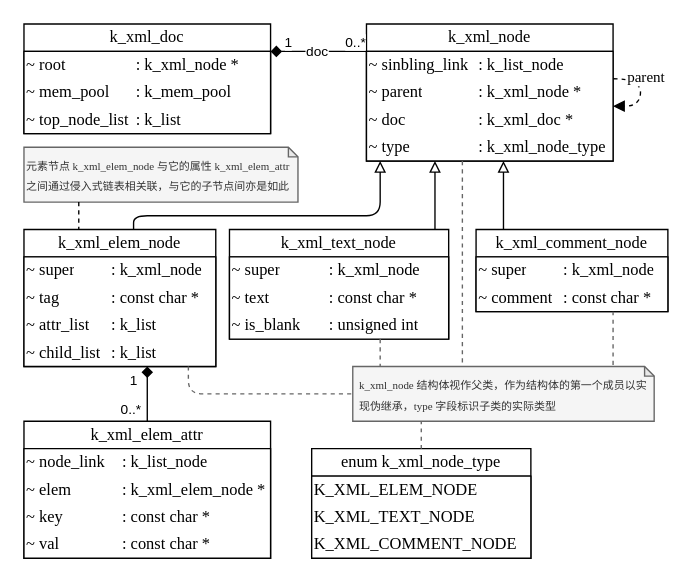
Earlier version of the draw.io diagram page "k_xml" (8 of 10) of docs/drawio/k_utils.drawio (szdxdxdx/k_game). Source tidied: cells renumbered, new cells numbered last; positions are measured from the earlier drawing's top-left corner, leaving out a move shared by most shapes. Both pictures are drawn from the tidied source at 137%, with x=0, y=0 at pixel (23, 23).
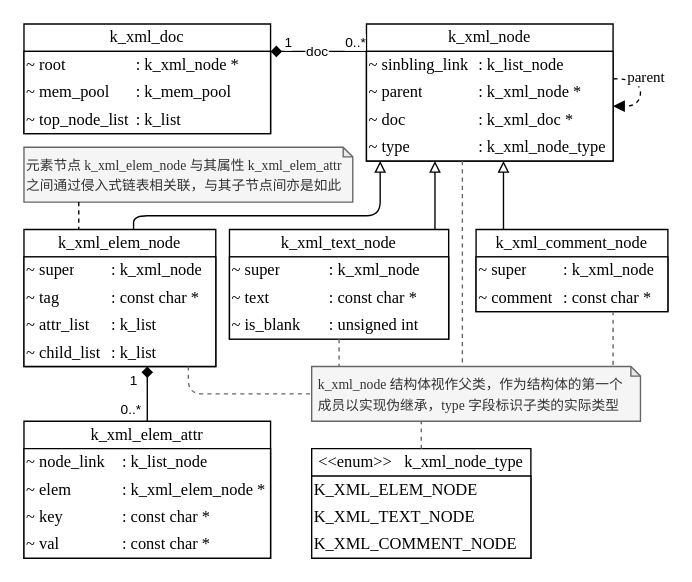
After the change.

The change refers to these unchanged cells:
```xml
<mxCell id="41" value="&lt;font&gt;k_xml_text_node&lt;/font&gt;" style="swimlane;fontStyle=0;horizontal=1;startSize=20;fillColor=#FFFFFF;whiteSpace=wrap;html=1;labelBackgroundColor=default;fontFamily=Times New Roman;" parent="1" vertex="1">
  <mxGeometry x="150" y="150" width="160" height="80" as="geometry" />
</mxCell>
<mxCell id="49" style="shape=tableRow;horizontal=0;startSize=0;swimlaneHead=0;swimlaneBody=0;top=0;left=0;bottom=0;right=0;fillColor=none;points=[[0,0.5],[1,0.5]];portConstraint=eastwest;fontSize=16;strokeColor=inherit;fontFamily=Times New Roman;" parent="42" vertex="1">
  <mxGeometry y="40" width="160" height="20" as="geometry" />
</mxCell>
```

Change to the diagram source:
```diff
@@
-    <mxCell id="74" value="&lt;font&gt;enum k_xml_node_type&lt;/font&gt;" style="swimlane;fontStyle=0;horizontal=1;startSize=20;fillColor=#FFFFFF;whiteSpace=wrap;html=1;labelBackgroundColor=default;fontFamily=Times New Roman;" parent="1" vertex="1">
+    <mxCell id="74" value="&lt;font&gt;&amp;lt;&amp;lt;enum&amp;gt;&amp;gt;&amp;nbsp; &amp;nbsp;k_xml_node_type&lt;/font&gt;" style="swimlane;fontStyle=0;horizontal=1;startSize=20;fillColor=#FFFFFF;whiteSpace=wrap;html=1;labelBackgroundColor=default;fontFamily=Times New Roman;" parent="1" vertex="1">
       <mxGeometry x="210" y="310" width="160" height="80" as="geometry" />
     </mxCell>
@@
-    <mxCell id="92" value="&lt;font style=&quot;font-size: 8px;&quot; face=&quot;Times New Roman&quot;&gt;k_xml_node 结构体视作父类，作为结构体的第一个成员以实现伪继承，type 字段标识子类的实际类型&lt;/font&gt;" style="shape=note;whiteSpace=wrap;html=1;backgroundOutline=1;darkOpacity=0.05;size=7;fillColor=#f5f5f5;fontColor=#333333;strokeColor=#666666;align=left;spacing=1;spacingRight=4;spacingLeft=4;" parent="1" vertex="1">
-      <mxGeometry x="240" y="250" width="220" height="40" as="geometry" />
+    <mxCell id="92" value="&lt;font style=&quot;font-size: 10px;&quot; face=&quot;Times New Roman&quot;&gt;k_xml_node 结构体视作父类，作为结构体的第一个成员以实现伪继承，type 字段标识子类的实际类型&lt;/font&gt;" style="shape=note;whiteSpace=wrap;html=1;backgroundOutline=1;darkOpacity=0.05;size=7;fillColor=#f5f5f5;fontColor=#333333;strokeColor=#666666;align=left;spacing=1;spacingRight=4;spacingLeft=4;" parent="1" vertex="1">
+      <mxGeometry x="210" y="250" width="240" height="40" as="geometry" />
     </mxCell>
@@
-    <mxCell id="94" style="endArrow=none;dashed=1;html=1;rounded=1;edgeStyle=orthogonalEdgeStyle;curved=1;fillColor=#f5f5f5;strokeColor=#666666;" parent="1" edge="1" source="41" target="92">
+    <mxCell id="94" style="endArrow=none;dashed=1;html=1;rounded=1;edgeStyle=orthogonalEdgeStyle;fillColor=#f5f5f5;strokeColor=#666666;" parent="1" edge="1" source="49" target="92">
       <mxGeometry relative="1" as="geometry">
         <Array as="points">
-          <mxPoint x="260" y="240" />
-          <mxPoint x="260" y="240" />
+          <mxPoint x="220" y="250" />
         </Array>
       </mxGeometry>
     </mxCell>
@@
-    <mxCell id="100" value="&lt;font style=&quot;font-size: 8px;&quot; face=&quot;Times New Roman&quot;&gt;元素节点 k_xml_elem_node 与它的属性 k_xml_elem_attr 之间通过侵入式链表相关联，与它的子节点间亦是如此&lt;/font&gt;" style="shape=note;whiteSpace=wrap;html=1;backgroundOutline=1;darkOpacity=0.05;size=7;fillColor=#f5f5f5;fontColor=#333333;strokeColor=#666666;align=left;" parent="1" vertex="1">
-      <mxGeometry y="90" width="200" height="40" as="geometry" />
+    <mxCell id="100" value="&lt;font style=&quot;font-size: 10px;&quot; face=&quot;Times New Roman&quot;&gt;元素节点 k_xml_elem_node 与其属性 k_xml_elem_attr 之间通过侵入式链表相关联，与其子节点间亦是如此&lt;/font&gt;" style="shape=note;whiteSpace=wrap;html=1;backgroundOutline=1;darkOpacity=0.05;size=7;fillColor=#f5f5f5;fontColor=#333333;strokeColor=#666666;align=left;" parent="1" vertex="1">
+      <mxGeometry y="90" width="240" height="40" as="geometry" />
     </mxCell>
```
